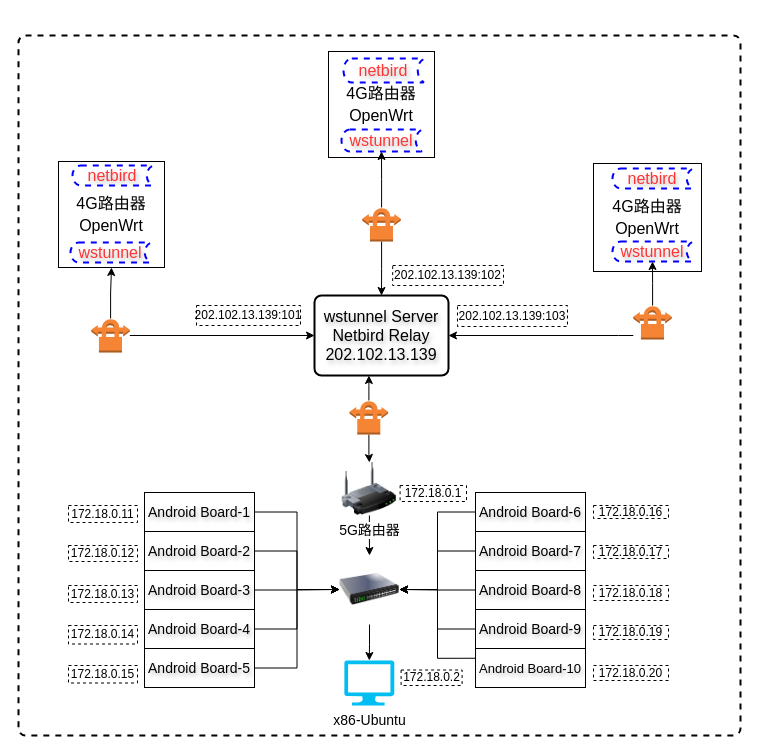
Above: sockstun.drawio in nxtreaming/andy_study (draw.io), before the change. Source tidied: cells renumbered, new cells numbered last; positions are measured from the earlier drawing's top-left corner, leaving out a move shared by most shapes. Both pictures are drawn from the tidied source at 100%, with x=0, y=0 at pixel (18, 35).
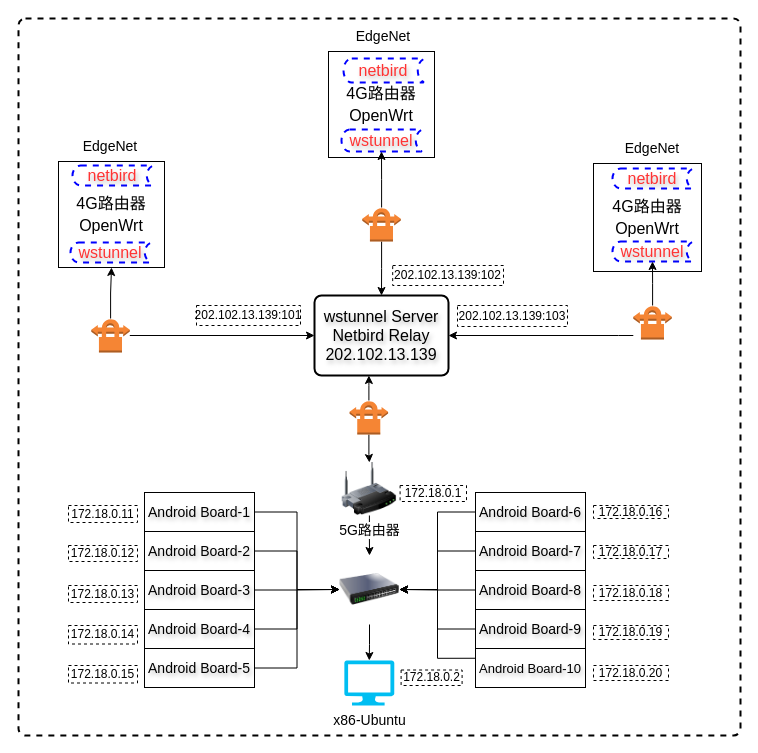
After the change.

The edit, as a diff of the source:
```diff
@@
     <mxCell id="2" style="rounded=1;whiteSpace=wrap;html=1;absoluteArcSize=1;arcSize=14;strokeWidth=2;dashed=1;" parent="1" vertex="1">
-      <mxGeometry width="722" height="700" as="geometry" />
+      <mxGeometry y="-17" width="722" height="717" as="geometry" />
     </mxCell>
@@
+    <mxCell id="66" value="&lt;font style=&quot;font-size: 14px;&quot;&gt;EdgeNet&lt;/font&gt;" style="text;strokeColor=none;align=center;fillColor=none;html=1;verticalAlign=middle;whiteSpace=wrap;rounded=0;" parent="1" vertex="1">
+      <mxGeometry x="62" y="96" width="60" height="30" as="geometry" />
+    </mxCell>
+    <mxCell id="67" value="&lt;font style=&quot;font-size: 14px;&quot;&gt;EdgeNet&lt;/font&gt;" style="text;strokeColor=none;align=center;fillColor=none;html=1;verticalAlign=middle;whiteSpace=wrap;rounded=0;" parent="1" vertex="1">
+      <mxGeometry x="604" y="98" width="60" height="30" as="geometry" />
+    </mxCell>
+    <mxCell id="68" value="&lt;font style=&quot;font-size: 14px;&quot;&gt;EdgeNet&lt;/font&gt;" style="text;strokeColor=none;align=center;fillColor=none;html=1;verticalAlign=middle;whiteSpace=wrap;rounded=0;" parent="1" vertex="1">
+      <mxGeometry x="335" y="-14" width="60" height="30" as="geometry" />
+    </mxCell>
```
